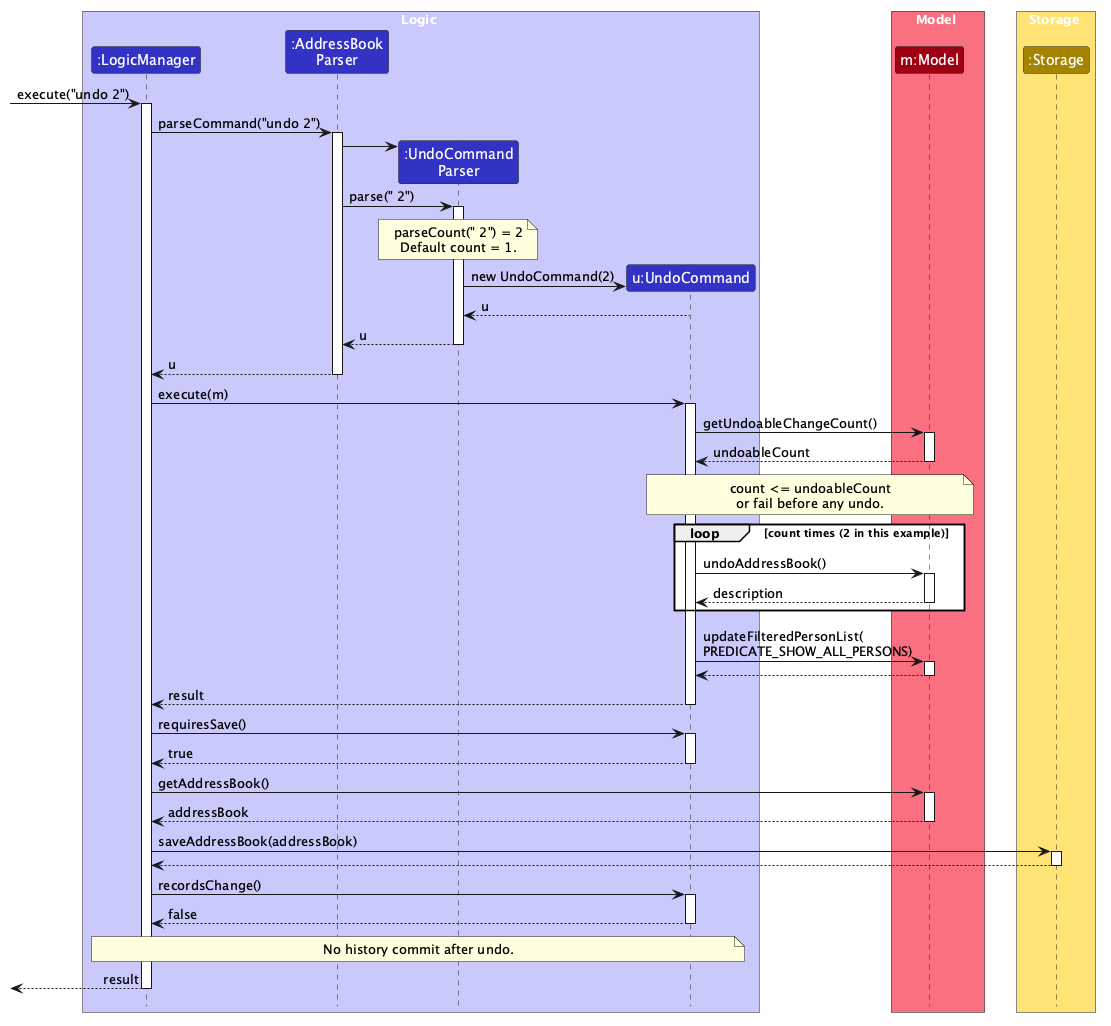
This is docs/images/UndoSequenceDiagram-Logic.png from liownahum/tp, a PlantUML export, as it was before one commit. Source of this version:
```plantuml
@startuml
!include style.puml
skinparam ArrowFontStyle plain
skinparam sequenceMessageAlign left
skinparam BoxPadding 10
<style>
participant {
    Padding 5
}
</style>

box Logic LOGIC_COLOR_T1
participant ":LogicManager" as LogicManager LOGIC_COLOR
participant ":AddressBook\nParser" as AddressBookParser LOGIC_COLOR
participant ":UndoCommand\nParser" as UndoCommandParser LOGIC_COLOR
participant "u:UndoCommand" as UndoCommand LOGIC_COLOR
end box

box Model MODEL_COLOR_T1
participant "m:Model" as Model MODEL_COLOR
end box

box Storage STORAGE_COLOR_T1
participant ":Storage" as Storage STORAGE_COLOR
end box

[-> LogicManager : execute("undo 2")
activate LogicManager
LogicManager -> AddressBookParser : parseCommand("undo 2")
activate AddressBookParser
create UndoCommandParser
AddressBookParser -> UndoCommandParser
AddressBookParser -> UndoCommandParser : parse(" 2")
activate UndoCommandParser
note over UndoCommandParser
parseCount(" 2") = 2
Default count = 1.
end note
create UndoCommand
UndoCommandParser -> UndoCommand : new UndoCommand(2)
UndoCommandParser <-- UndoCommand : u
UndoCommandParser --> AddressBookParser : u
deactivate UndoCommandParser
AddressBookParser --> LogicManager : u
deactivate AddressBookParser

LogicManager -> UndoCommand : execute(m)
activate UndoCommand
UndoCommand -> Model : getUndoableChangeCount()
activate Model
Model --> UndoCommand : undoableCount
deactivate Model
note over UndoCommand, Model
count <= undoableCount
or fail before any undo.
end note
loop count times (2 in this example)
    UndoCommand -> Model : undoAddressBook()
    activate Model
    Model --> UndoCommand : description
    deactivate Model
end
UndoCommand -> Model : updateFilteredPersonList(\nPREDICATE_SHOW_ALL_PERSONS)
activate Model
Model --> UndoCommand
deactivate Model
UndoCommand --> LogicManager : result
deactivate UndoCommand

LogicManager -> UndoCommand : requiresSave()
activate UndoCommand
UndoCommand --> LogicManager : true
deactivate UndoCommand
LogicManager -> Model : getAddressBook()
activate Model
Model --> LogicManager : addressBook
deactivate Model
LogicManager -> Storage : saveAddressBook(addressBook)
activate Storage
Storage --> LogicManager
deactivate Storage
LogicManager -> UndoCommand : recordsChange()
activate UndoCommand
UndoCommand --> LogicManager : false
deactivate UndoCommand
note over LogicManager, UndoCommand
No history commit after undo.
end note
[<-- LogicManager : result
deactivate LogicManager
@enduml
```
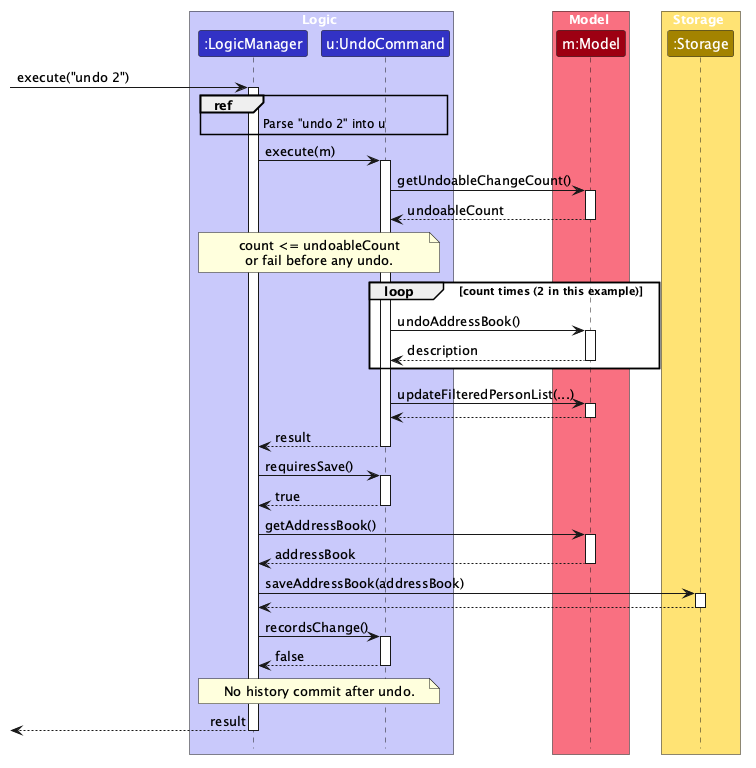
The same file after the commit.

Change to the diagram source:
```diff
@@ -11,8 +11,6 @@
 
 box Logic LOGIC_COLOR_T1
 participant ":LogicManager" as LogicManager LOGIC_COLOR
-participant ":AddressBook\nParser" as AddressBookParser LOGIC_COLOR
-participant ":UndoCommand\nParser" as UndoCommandParser LOGIC_COLOR
 participant "u:UndoCommand" as UndoCommand LOGIC_COLOR
 end box
 
@@ -24,25 +22,11 @@
 participant ":Storage" as Storage STORAGE_COLOR
 end box
 
-[-> LogicManager : execute("undo 2")
+[-> LogicManager : execute("undo 2")<U+00A0><U+00A0><U+00A0><U+00A0><U+00A0><U+00A0><U+00A0><U+00A0><U+00A0><U+00A0><U+00A0><U+00A0><U+00A0><U+00A0><U+00A0><U+00A0><U+00A0><U+00A0><U+00A0><U+00A0><U+00A0><U+00A0><U+00A0><U+00A0><U+00A0><U+00A0>
 activate LogicManager
-LogicManager -> AddressBookParser : parseCommand("undo 2")
-activate AddressBookParser
-create UndoCommandParser
-AddressBookParser -> UndoCommandParser
-AddressBookParser -> UndoCommandParser : parse(" 2")
-activate UndoCommandParser
-note over UndoCommandParser
-parseCount(" 2") = 2
-Default count = 1.
-end note
-create UndoCommand
-UndoCommandParser -> UndoCommand : new UndoCommand(2)
-UndoCommandParser <-- UndoCommand : u
-UndoCommandParser --> AddressBookParser : u
-deactivate UndoCommandParser
-AddressBookParser --> LogicManager : u
-deactivate AddressBookParser
+ref over LogicManager, UndoCommand
+Parse "undo 2" into u
+end ref
 
 LogicManager -> UndoCommand : execute(m)
 activate UndoCommand
@@ -50,7 +34,7 @@
 activate Model
 Model --> UndoCommand : undoableCount
 deactivate Model
-note over UndoCommand, Model
+note over LogicManager, UndoCommand
 count <= undoableCount
 or fail before any undo.
 end note
@@ -60,7 +44,7 @@
     Model --> UndoCommand : description
     deactivate Model
 end
-UndoCommand -> Model : updateFilteredPersonList(\nPREDICATE_SHOW_ALL_PERSONS)
+UndoCommand -> Model : updateFilteredPersonList(...)
 activate Model
 Model --> UndoCommand
 deactivate Model
```
